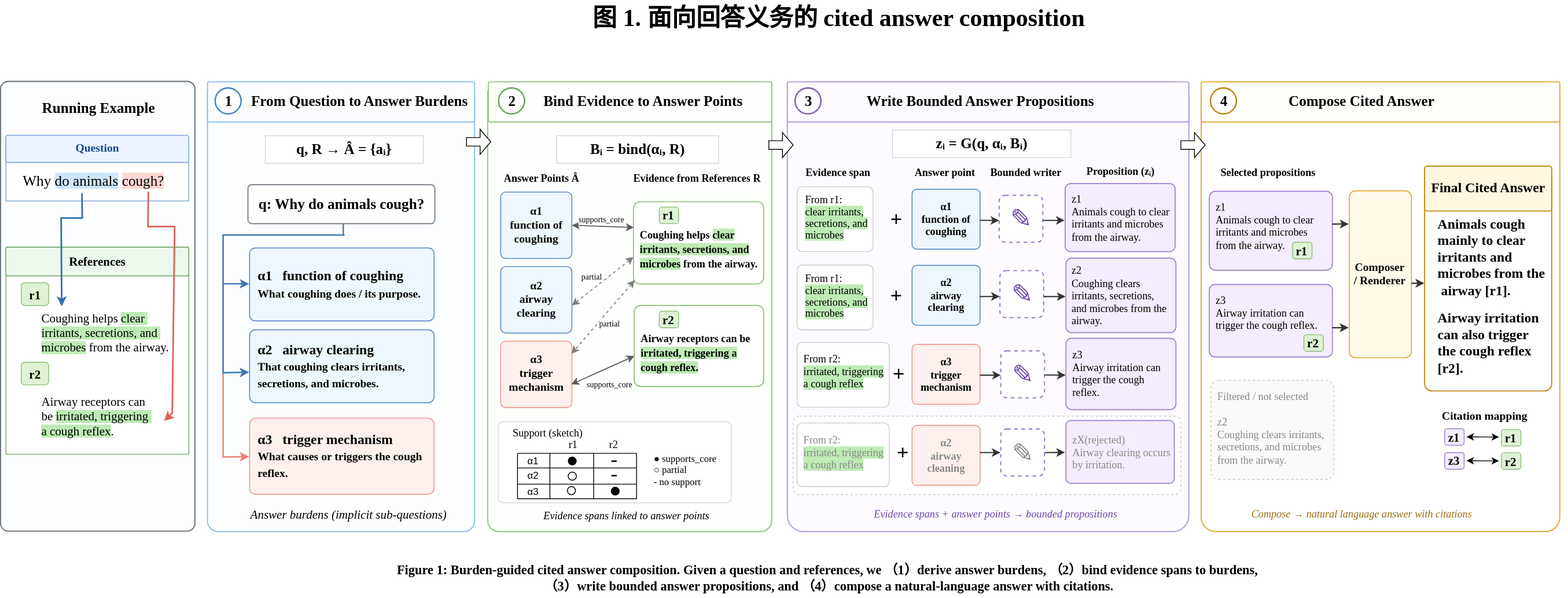
Before: 7.22小论文方法逻辑图.drawio.svg, a diagram exported from draw.io (handsome-tony/picture). Source tidied: cells renumbered, new cells last; positions are measured from the earlier drawing's top-left corner, leaving out a move shared by most shapes.
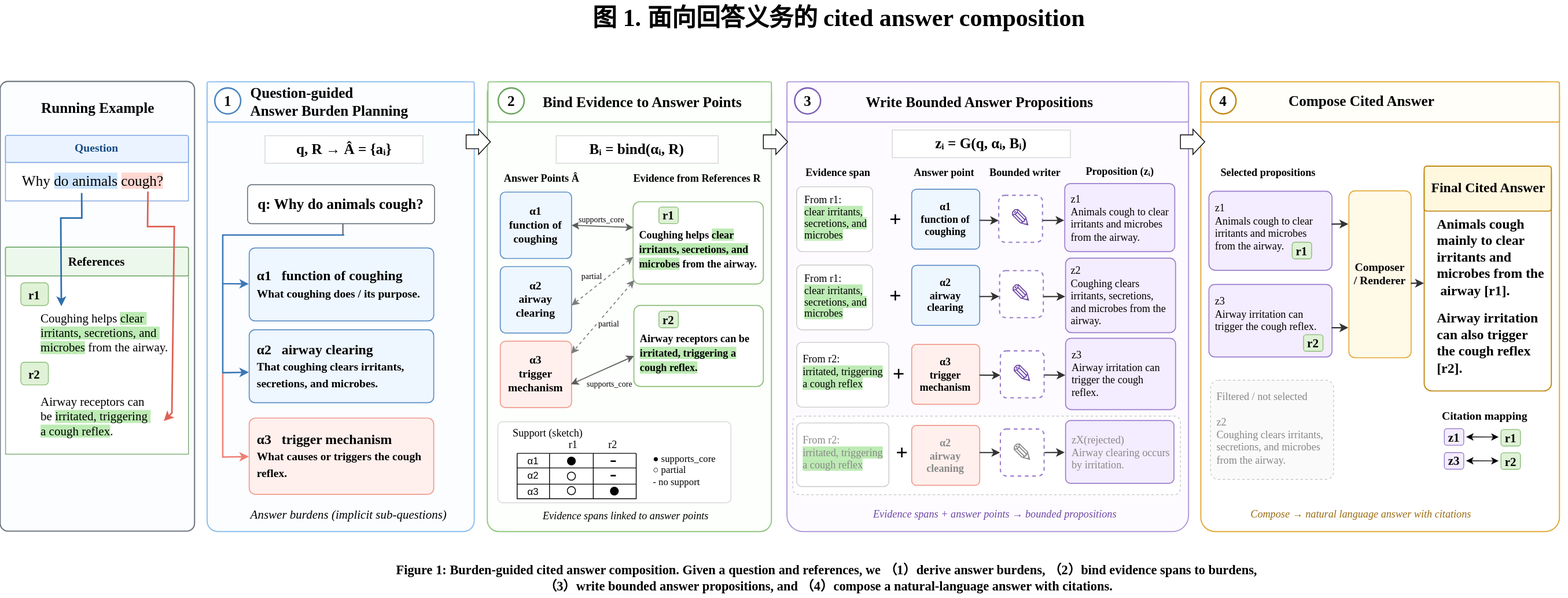
The same diagram one commit later.

Commit message:
更新7.22小论文方法逻辑图.drawio.svg

What changed in the source:
```diff
@@ -78,7 +78,7 @@
     <mxCell id="22" value="1" style="ellipse;whiteSpace=wrap;html=1;fillColor=#ffffff;strokeColor=#4a84bd;strokeWidth=1.8;fontFamily=Times New Roman;fontSize=18;fontStyle=1;" parent="1" vertex="1">
       <mxGeometry x="265.2" y="108.5" width="32" height="32" as="geometry" />
     </mxCell>
-    <mxCell id="23" value="From Question to Answer Burdens" style="text;html=1;strokeColor=none;fillColor=none;align=left;verticalAlign=middle;fontFamily=Times New Roman;fontSize=18;fontStyle=1;" parent="1" vertex="1">
+    <mxCell id="23" value="Question-guided&amp;nbsp;&lt;div&gt;Answer Burden Planning&lt;/div&gt;" style="text;html=1;strokeColor=none;fillColor=none;align=left;verticalAlign=middle;fontFamily=Times New Roman;fontSize=18;fontStyle=1;" parent="1" vertex="1">
       <mxGeometry x="307.2" y="110.5" width="280" height="30" as="geometry" />
     </mxCell>
     <mxCell id="24" value="q, R → Â = {aᵢ}" style="rounded=0;whiteSpace=wrap;html=1;fillColor=#ffffff;strokeColor=#d6d6d6;fontFamily=Times New Roman;fontSize=18;fontStyle=1;" parent="1" vertex="1">
@@ -480,14 +480,14 @@
     <mxCell id="144" value="&lt;span style=&quot;color: rgb(0, 0, 0); font-family: &amp;quot;Times New Roman&amp;quot;; font-size: 17px; font-style: normal; font-variant-ligatures: normal; font-variant-caps: normal; font-weight: 700; letter-spacing: normal; orphans: 2; text-align: left; text-indent: 0px; text-transform: none; widows: 2; word-spacing: 0px; -webkit-text-stroke-width: 0px; white-space: normal; text-decoration-thickness: initial; text-decoration-style: initial; text-decoration-color: initial; float: none; display: inline !important;&quot;&gt;Final Cited Answer&lt;/span&gt;" style="text;whiteSpace=wrap;html=1;labelBackgroundColor=none;" parent="1" vertex="1">
       <mxGeometry x="1765" y="215.2" width="170" height="40" as="geometry" />
     </mxCell>
-    <mxCell id="145" style="html=1;shadow=0;dashed=0;align=center;verticalAlign=middle;shape=mxgraph.arrows2.arrow;dy=0.66;dx=13.22;notch=0;" parent="1" vertex="1">
+    <mxCell id="145" style="html=1;shadow=0;dashed=0;align=center;verticalAlign=middle;shape=mxgraph.arrows2.arrow;dy=0.45;dx=14.58;notch=0;" parent="1" vertex="1">
       <mxGeometry x="575" y="159" width="30" height="31" as="geometry" />
     </mxCell>
-    <mxCell id="146" style="html=1;shadow=0;dashed=0;align=center;verticalAlign=middle;shape=mxgraph.arrows2.arrow;dy=0.66;dx=13.22;notch=0;" parent="1" vertex="1">
-      <mxGeometry x="948.3" y="163" width="30" height="31" as="geometry" />
-    </mxCell>
-    <mxCell id="147" style="html=1;shadow=0;dashed=0;align=center;verticalAlign=middle;shape=mxgraph.arrows2.arrow;dy=0.66;dx=13.22;notch=0;" parent="1" vertex="1">
-      <mxGeometry x="1457.1" y="163" width="30" height="31" as="geometry" />
-    </mxCell>
+    <mxCell id="148" style="html=1;shadow=0;dashed=0;align=center;verticalAlign=middle;shape=mxgraph.arrows2.arrow;dy=0.45;dx=14.58;notch=0;" parent="1" vertex="1">
+      <mxGeometry x="942" y="159" width="30" height="31" as="geometry" />
+    </mxCell>
+    <mxCell id="149" style="html=1;shadow=0;dashed=0;align=center;verticalAlign=middle;shape=mxgraph.arrows2.arrow;dy=0.45;dx=14.58;notch=0;" parent="1" vertex="1">
+      <mxGeometry x="1457" y="159" width="30" height="31" as="geometry" />
+    </mxCell>
   </root>
 </mxGraphModel>
```
